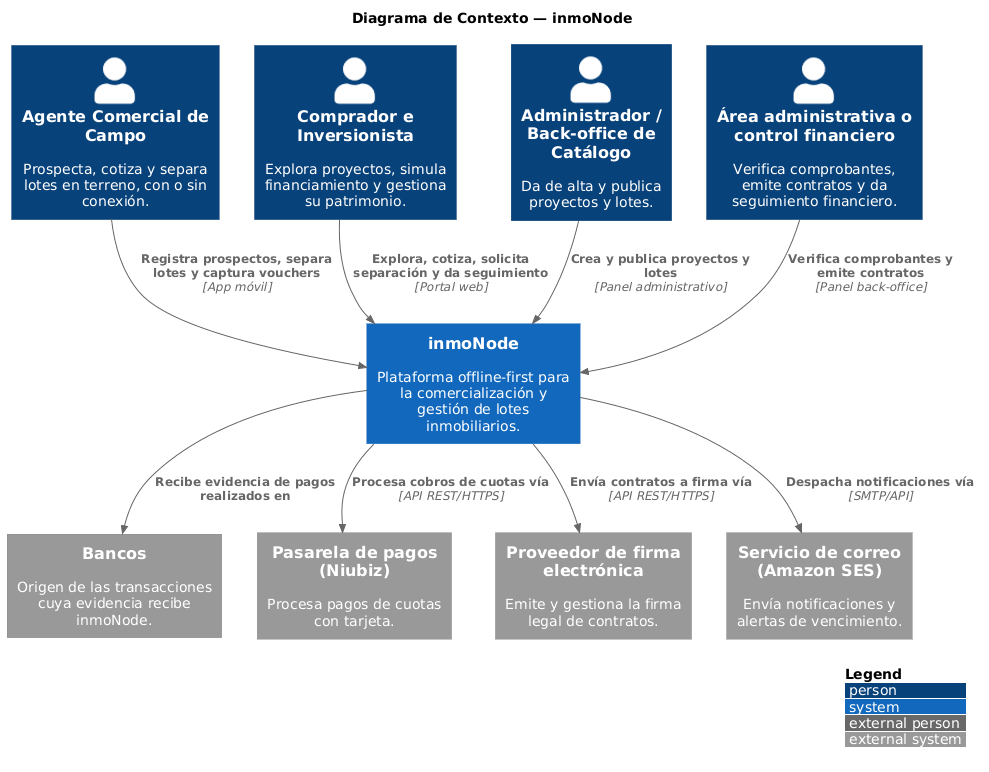
Before: assets/cap2/C4-Context.png, a diagram exported from PlantUML (1ACC0238-2620-13981-NovaCorp-InmoNode/InmoNode-Project-Report).
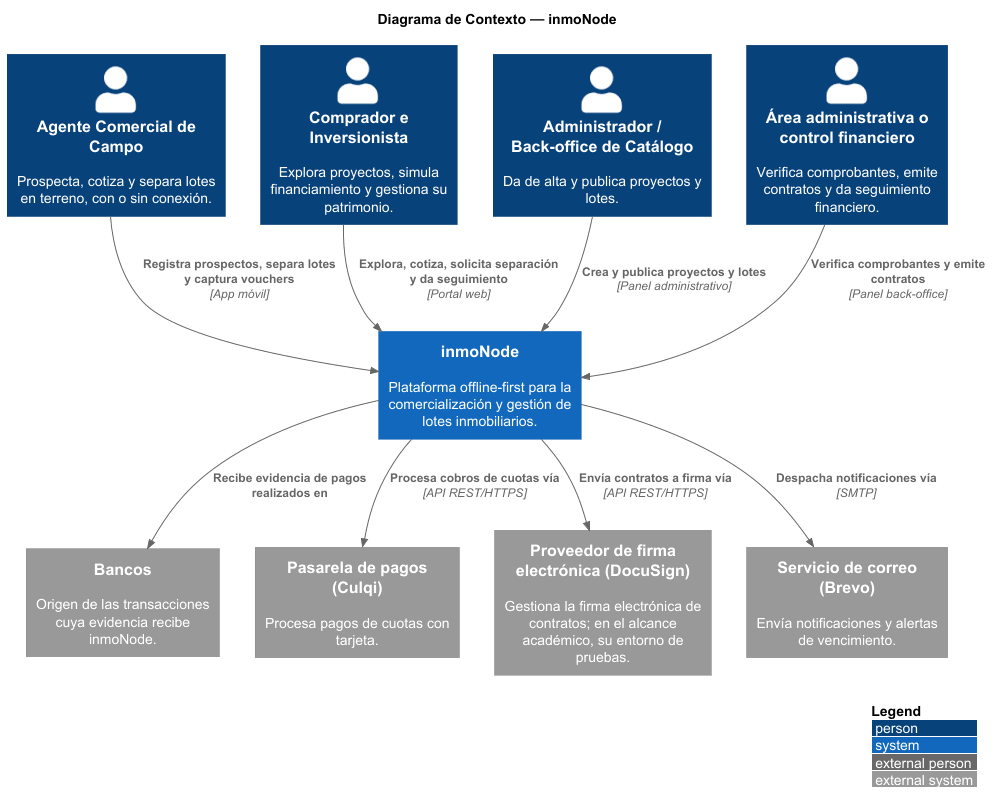
The same diagram one commit later.

Commit message:
docs(chapter-2): Update bounded context diagrams

The edit, as a diff of the source:
```diff
@@ -13,9 +13,9 @@
 System(inmoNode, "inmoNode", "Plataforma offline-first para la comercialización y gestión de lotes inmobiliarios.")
 
 System_Ext(banks, "Bancos", "Origen de las transacciones cuya evidencia recibe inmoNode.")
-System_Ext(gateway, "Pasarela de pagos\n(Niubiz)", "Procesa pagos de cuotas con tarjeta.")
-System_Ext(signature, "Proveedor de firma\nelectrónica", "Emite y gestiona la firma legal de contratos.")
-System_Ext(email, "Servicio de correo\n(Amazon SES)", "Envía notificaciones y alertas de vencimiento.")
+System_Ext(gateway, "Pasarela de pagos\n(Culqi)", "Procesa pagos de cuotas con tarjeta.")
+System_Ext(signature, "Proveedor de firma\nelectrónica (DocuSign)", "Gestiona la firma electrónica de contratos; en el alcance académico, su entorno de pruebas.")
+System_Ext(email, "Servicio de correo\n(Brevo)", "Envía notificaciones y alertas de vencimiento.")
 
 Rel(agent, inmoNode, "Registra prospectos, separa lotes y captura vouchers", "App móvil")
 Rel(buyer, inmoNode, "Explora, cotiza, solicita separación y da seguimiento", "Portal web")
@@ -25,6 +25,6 @@
 Rel(inmoNode, banks, "Recibe evidencia de pagos realizados en")
 Rel(inmoNode, gateway, "Procesa cobros de cuotas vía", "API REST/HTTPS")
 Rel(inmoNode, signature, "Envía contratos a firma vía", "API REST/HTTPS")
-Rel(inmoNode, email, "Despacha notificaciones vía", "SMTP/API")
+Rel(inmoNode, email, "Despacha notificaciones vía", "SMTP")
 
 @enduml
```
